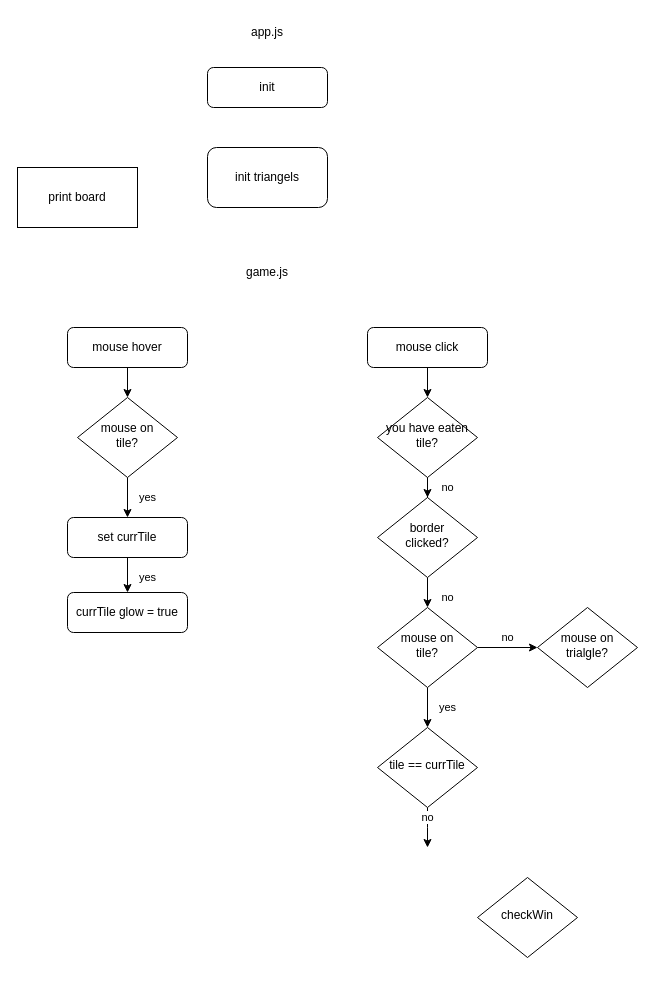
The draw.io diagram backGammon.drawio in ben-and-yahel/backgammon_AI, before the edit. Source tidied: cells renumbered, new cells numbered last; positions are measured from the earlier drawing's top-left corner, leaving out a move shared by most shapes. Both pictures are drawn from the tidied source at 100%, with x=0, y=0 at pixel (17, 17).
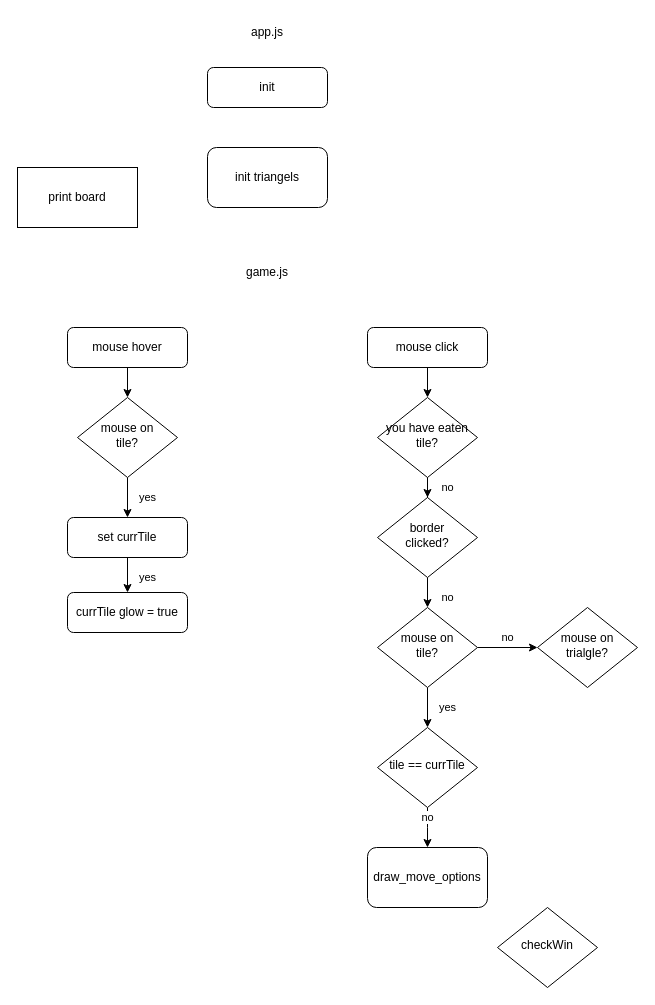
The same diagram, later.

Change to the diagram source:
```diff
@@
     <mxCell id="26" value="checkWin" style="rhombus;whiteSpace=wrap;html=1;shadow=0;fontFamily=Helvetica;fontSize=12;align=center;strokeWidth=1;spacing=6;spacingTop=-4;" parent="1" vertex="1">
-      <mxGeometry x="460" y="860" width="100" height="80" as="geometry" />
+      <mxGeometry x="480" y="890" width="100" height="80" as="geometry" />
     </mxCell>
+    <mxCell id="27" value="draw_move_options" style="rounded=1;whiteSpace=wrap;html=1;" parent="1" vertex="1">
+      <mxGeometry x="350" y="830" width="120" height="60" as="geometry" />
+    </mxCell>
```
